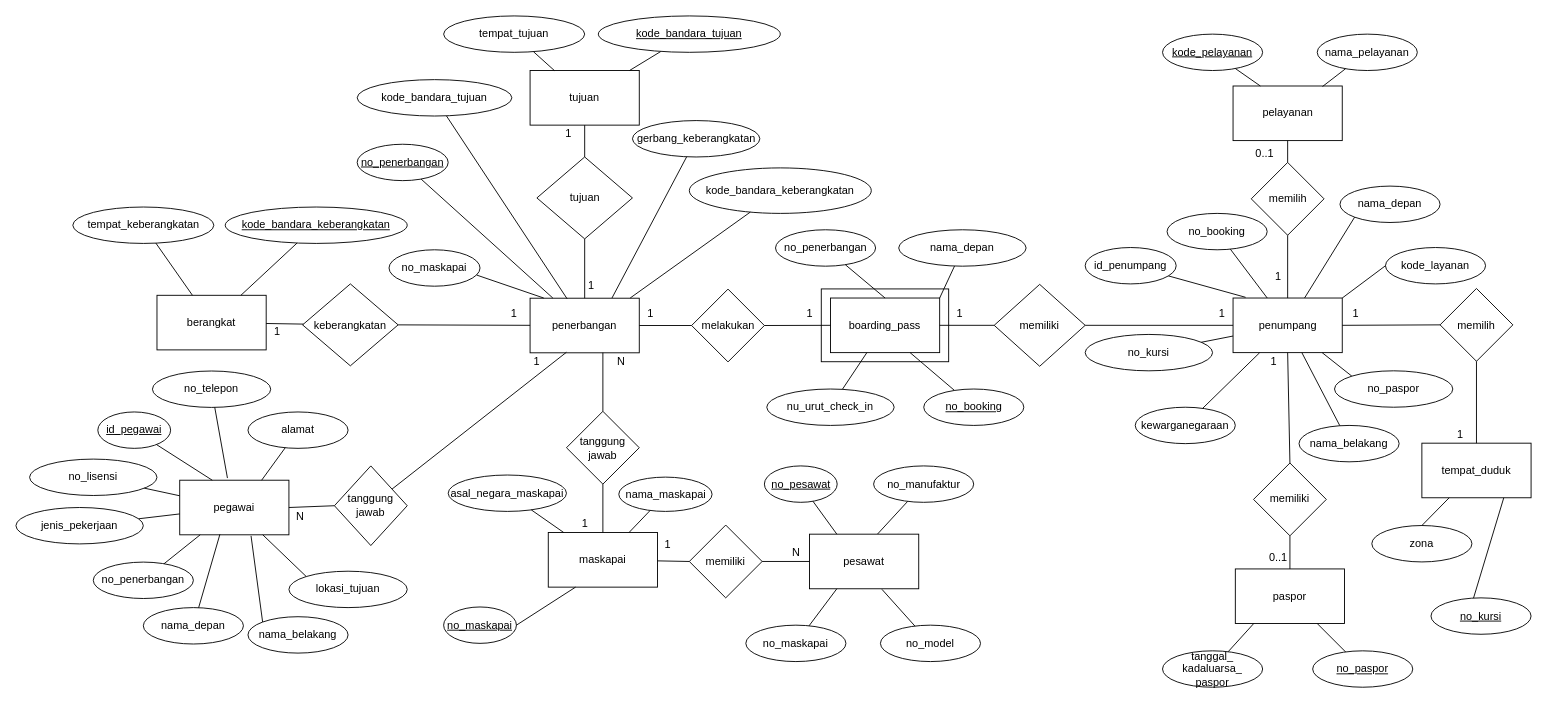
The draw.io diagram page "Fixed ER Diagram" (1 of 5) of ER Diagram/ADD.drawio in Edwin-Jaya/Data-Design-Analytics-Project, before the edit. Source tidied: cells renumbered, new cells numbered last; positions are measured from the earlier drawing's top-left corner, leaving out a move shared by most shapes. Both pictures are drawn from the tidied source at 91%, with x=0, y=0 at pixel (15, 15).
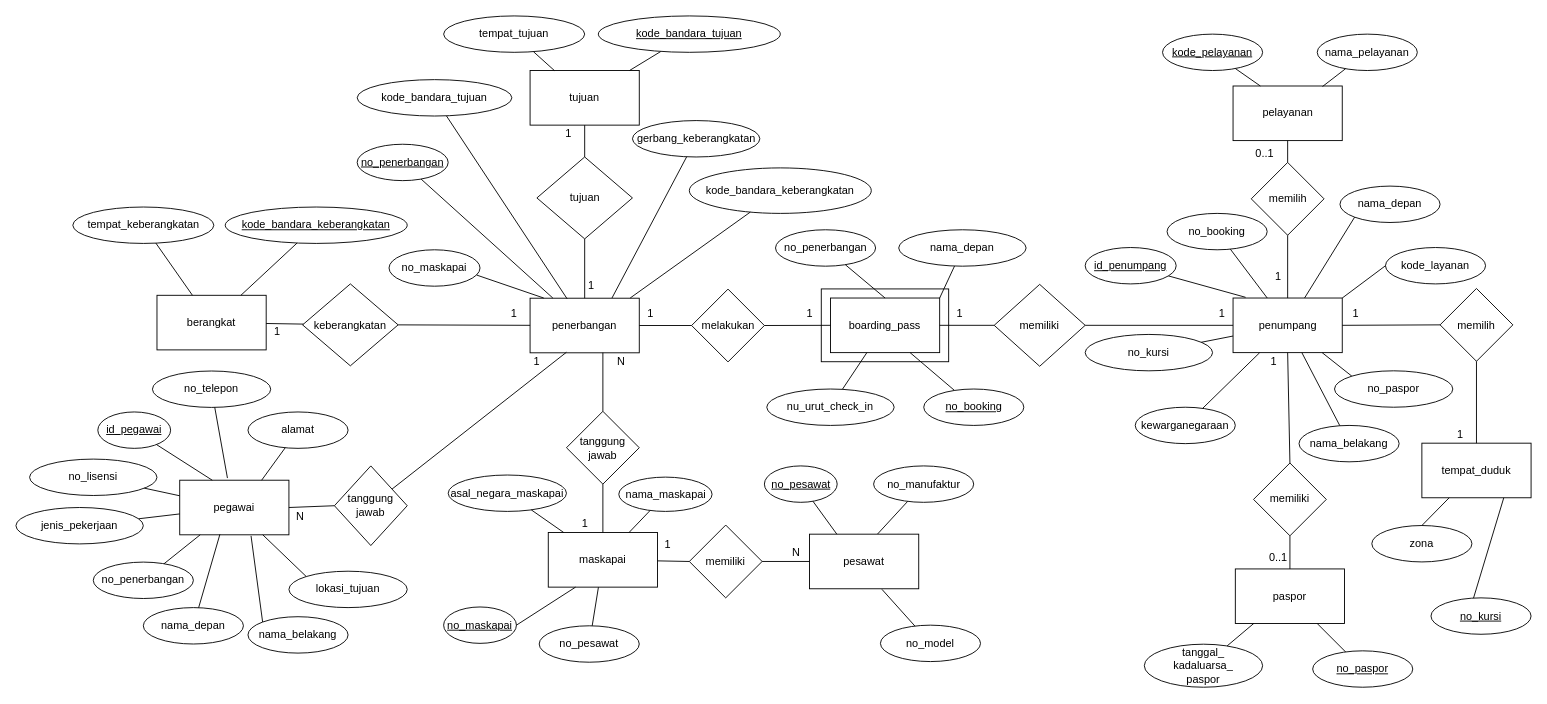
The same diagram, later.

Commit message:
erd revisi

Unchanged cells that the change refers to:
```xml
<mxCell id="55" value="pesawat" style="rounded=0;whiteSpace=wrap;html=1;" parent="1" vertex="1">
  <mxGeometry x="872.1" y="569.5" width="120" height="60" as="geometry" />
</mxCell>
<mxCell id="64" value="maskapai" style="rounded=0;whiteSpace=wrap;html=1;" parent="1" vertex="1">
  <mxGeometry x="585" y="567.7" width="120" height="60" as="geometry" />
</mxCell>
```

Change to the diagram source:
```diff
@@
-    <mxCell id="15" value="id_penumpang" style="ellipse;whiteSpace=wrap;html=1;" parent="1" vertex="1">
+    <mxCell id="15" value="&lt;u&gt;id_penumpang&lt;/u&gt;" style="ellipse;whiteSpace=wrap;html=1;" parent="1" vertex="1">
       <mxGeometry x="1175" y="254.5" width="100" height="40" as="geometry" />
     </mxCell>
@@
-    <mxCell id="57" value="no_maskapai" style="ellipse;whiteSpace=wrap;html=1;" parent="1" vertex="1">
-      <mxGeometry x="802.1" y="669.5" width="110" height="40" as="geometry" />
+    <mxCell id="57" value="no_pesawat" style="ellipse;whiteSpace=wrap;html=1;" parent="1" vertex="1">
+      <mxGeometry x="575" y="670.2" width="110" height="40" as="geometry" />
     </mxCell>
@@
-    <mxCell id="61" style="endArrow=none;html=1;rounded=0;exitX=0.25;exitY=1;exitDx=0;exitDy=0;" parent="1" edge="1" source="55" target="57">
+    <mxCell id="61" style="endArrow=none;html=1;rounded=0;" parent="1" edge="1" source="64" target="57">
       <mxGeometry relative="1" as="geometry" />
     </mxCell>
@@
     <mxCell id="121" value="tanggal_&lt;br&gt;kadaluarsa_&lt;br&gt;paspor" style="ellipse;whiteSpace=wrap;html=1;" parent="1" vertex="1">
-      <mxGeometry x="1260" y="697.7" width="110" height="40" as="geometry" />
+      <mxGeometry x="1240" y="690.4" width="130" height="47.3" as="geometry" />
     </mxCell>
```
